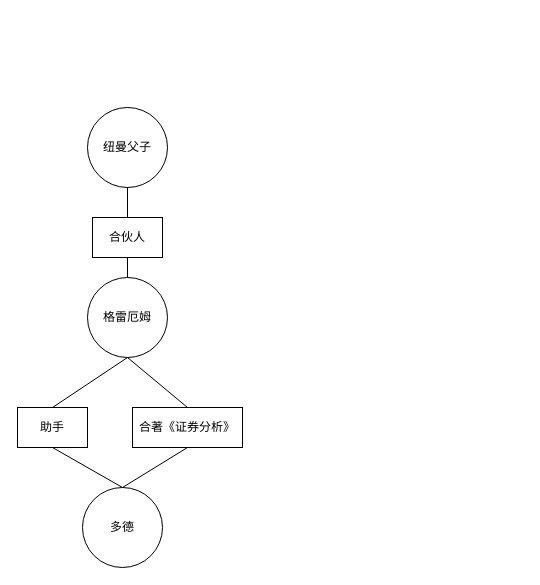
Earlier version of the draw.io diagram 格雷厄姆巴菲特价值投资俱乐部.drawio (evagle/awesome). Source tidied: cells renumbered, new cells numbered last; positions are measured from the earlier drawing's top-left corner, leaving out a move shared by most shapes. Both pictures are drawn from the tidied source at 100%, with x=0, y=0 at pixel (17, 107).
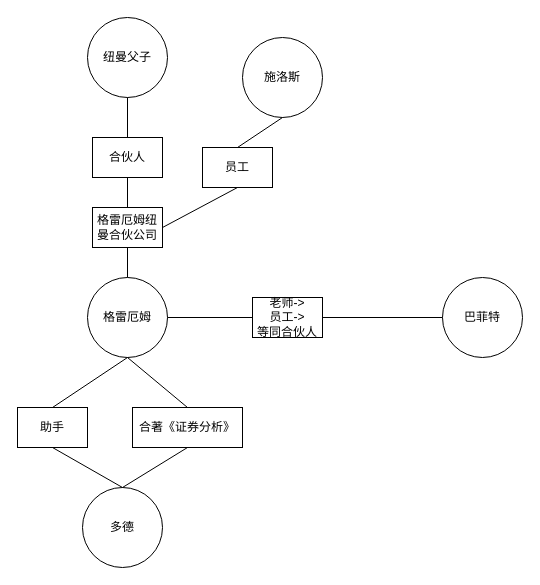
The same diagram, later.

Commit message (it also covers changes not shown here):
Update 格雷厄姆巴菲特价值投资俱乐部.drawio

The change refers to these unchanged cells:
```xml
<mxCell id="2" value="格雷厄姆" style="ellipse;whiteSpace=wrap;html=1;" parent="1" vertex="1">
  <mxGeometry x="70" y="170" width="80" height="80" as="geometry" />
</mxCell>
```

Change to the diagram source:
```diff
@@
     <mxCell id="9" value="纽曼父子" style="ellipse;whiteSpace=wrap;html=1;" parent="1" vertex="1">
-      <mxGeometry x="70" width="80" height="80" as="geometry" />
+      <mxGeometry x="70" y="-90" width="80" height="80" as="geometry" />
     </mxCell>
-    <mxCell id="10" value="合伙人" style="rounded=0;whiteSpace=wrap;html=1;" parent="1" vertex="1">
-      <mxGeometry x="75" y="110" width="70" height="40" as="geometry" />
+    <mxCell id="10" value="格雷厄姆纽曼合伙公司" style="rounded=0;whiteSpace=wrap;html=1;" parent="1" vertex="1">
+      <mxGeometry x="75" y="100" width="70" height="40" as="geometry" />
     </mxCell>
-    <mxCell id="11" style="endArrow=none;html=1;rounded=0;entryX=0.5;entryY=1;entryDx=0;entryDy=0;exitX=0.5;exitY=0;exitDx=0;exitDy=0;" parent="1" edge="1" source="10" target="9">
+    <mxCell id="11" style="endArrow=none;html=1;rounded=0;entryX=0.5;entryY=1;entryDx=0;entryDy=0;exitX=0.5;exitY=0;exitDx=0;exitDy=0;" parent="1" edge="1" source="15" target="9">
       <mxGeometry relative="1" as="geometry" />
     </mxCell>
@@
+    <mxCell id="13" value="施洛斯" style="ellipse;whiteSpace=wrap;html=1;" parent="1" vertex="1">
+      <mxGeometry x="225" y="-70" width="80" height="80" as="geometry" />
+    </mxCell>
+    <mxCell id="14" style="endArrow=none;html=1;rounded=0;entryX=0.5;entryY=1;entryDx=0;entryDy=0;exitX=0.5;exitY=0;exitDx=0;exitDy=0;" parent="1" edge="1" source="10" target="15">
+      <mxGeometry relative="1" as="geometry" />
+    </mxCell>
+    <mxCell id="15" value="合伙人" style="rounded=0;whiteSpace=wrap;html=1;" parent="1" vertex="1">
+      <mxGeometry x="75" y="30" width="70" height="40" as="geometry" />
+    </mxCell>
+    <mxCell id="16" style="endArrow=none;html=1;rounded=0;entryX=0.5;entryY=1;entryDx=0;entryDy=0;exitX=0.5;exitY=0;exitDx=0;exitDy=0;" parent="1" edge="1" source="18" target="13">
+      <mxGeometry relative="1" as="geometry" />
+    </mxCell>
+    <mxCell id="17" style="endArrow=none;html=1;rounded=0;entryX=0.5;entryY=1;entryDx=0;entryDy=0;exitX=1;exitY=0.5;exitDx=0;exitDy=0;" parent="1" edge="1" source="10" target="18">
+      <mxGeometry relative="1" as="geometry" />
+    </mxCell>
+    <mxCell id="18" value="员工" style="rounded=0;whiteSpace=wrap;html=1;" parent="1" vertex="1">
+      <mxGeometry x="185" y="40" width="70" height="40" as="geometry" />
+    </mxCell>
+    <mxCell id="19" value="巴菲特" style="ellipse;whiteSpace=wrap;html=1;" parent="1" vertex="1">
+      <mxGeometry x="425" y="170" width="80" height="80" as="geometry" />
+    </mxCell>
+    <mxCell id="20" value="老师-&amp;gt;&lt;br&gt;员工-&amp;gt;&lt;br&gt;等同合伙人" style="rounded=0;whiteSpace=wrap;html=1;" parent="1" vertex="1">
+      <mxGeometry x="235" y="190" width="70" height="40" as="geometry" />
+    </mxCell>
+    <mxCell id="21" style="endArrow=none;html=1;rounded=0;entryX=0;entryY=0.5;entryDx=0;entryDy=0;exitX=1;exitY=0.5;exitDx=0;exitDy=0;" parent="1" edge="1" source="2" target="20">
+      <mxGeometry relative="1" as="geometry" />
+    </mxCell>
+    <mxCell id="22" style="endArrow=none;html=1;rounded=0;entryX=1;entryY=0.5;entryDx=0;entryDy=0;exitX=0;exitY=0.5;exitDx=0;exitDy=0;" parent="1" edge="1" source="19" target="20">
+      <mxGeometry relative="1" as="geometry" />
+    </mxCell>
```
